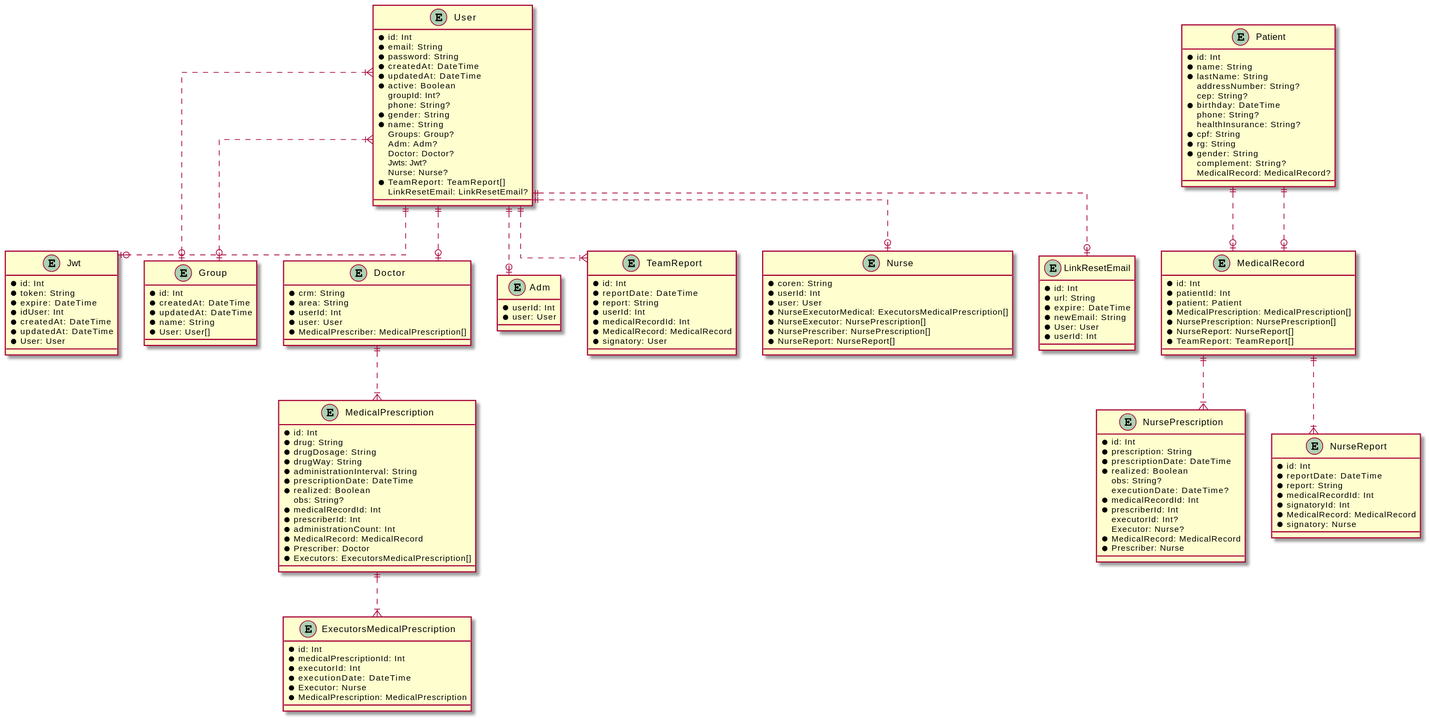
This is prisma/uml/schemas_uml.svg from CC-UNIP-CAMPINAS/SAPEP-back, a PlantUML export, as it was before one commit.
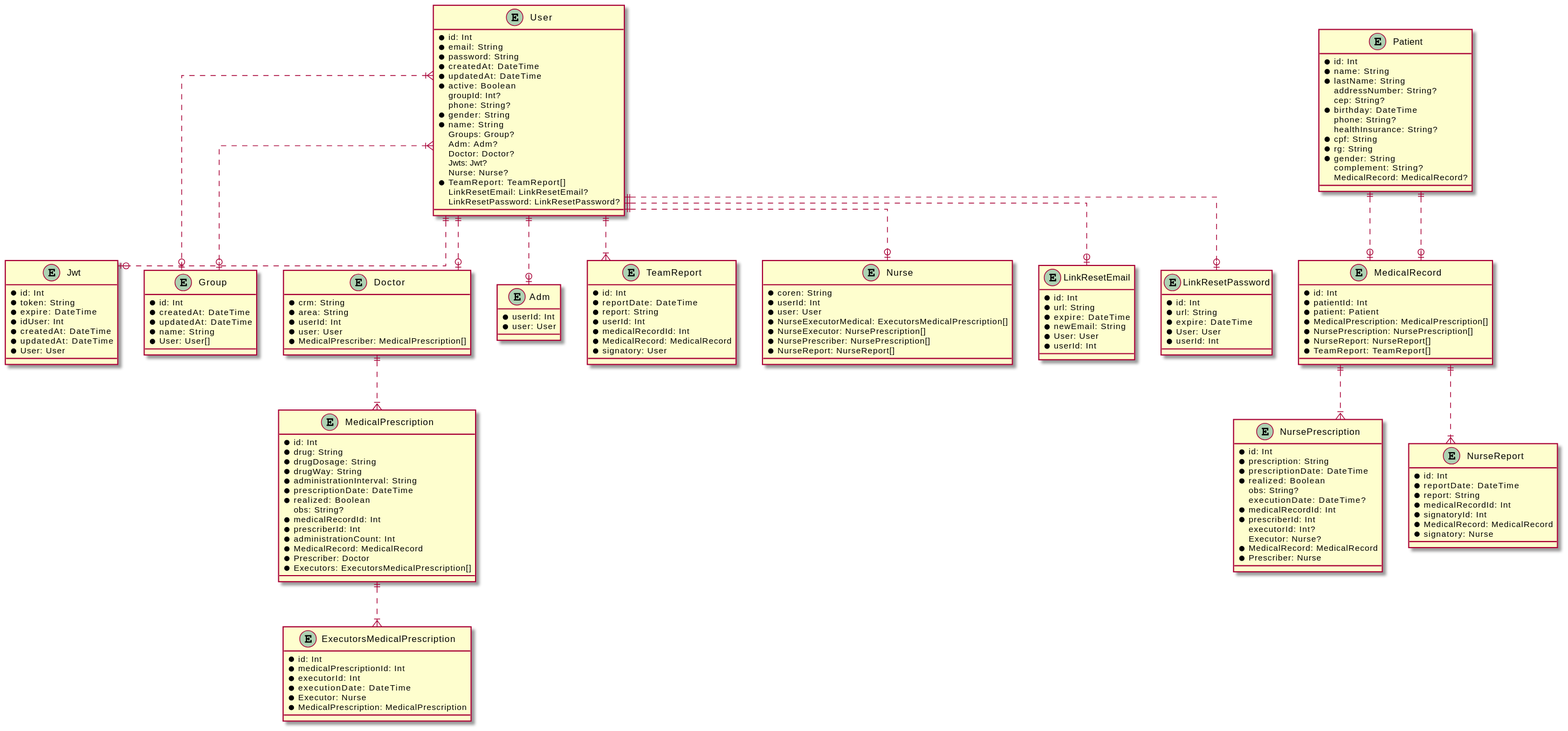
After the commit.

Commit message:
feat(Prisma): :sparkles: Implementação do schema de LinkResetPassword

The edit, as a diff of the source:
```diff
@@ -19,6 +19,7 @@
   Nurse: Nurse?
   * TeamReport: TeamReport[]
   LinkResetEmail: LinkResetEmail?
+  LinkResetPassword: LinkResetPassword?
 }
 
 entity Jwt {
@@ -158,6 +159,14 @@
   * userId: Int
 }
 
+entity LinkResetPassword {
+  * id: Int
+  * url: String
+  * expire: DateTime
+  * User: User
+  * userId: Int
+}
+
 User }|..o| Group
 User ||..o| Jwt
 User }|..o| Group
@@ -172,4 +181,5 @@
 MedicalRecord ||..|{ NurseReport
 MedicalPrescription ||..|{ ExecutorsMedicalPrescription
 User ||..o| LinkResetEmail
+User ||..o| LinkResetPassword
 @enduml
```
